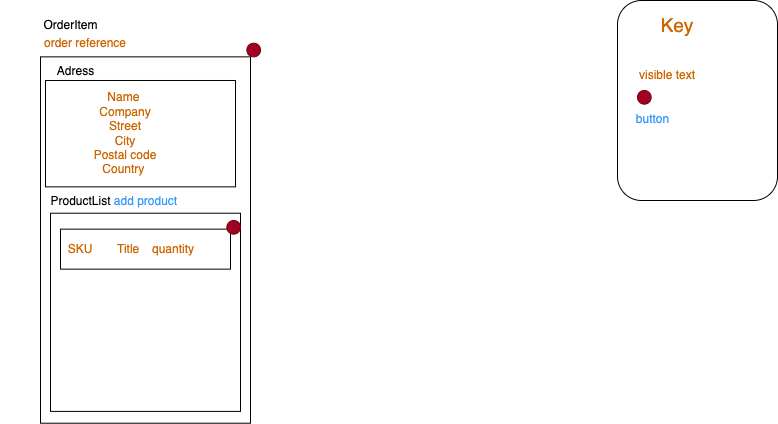
mothugget/OrderItem keeps this draw.io diagram as planning/wireframe.png. Above is the earlier version. Source tidied: cells renumbered, new cells last; positions are measured from the earlier drawing's top-left corner, leaving out a move shared by most shapes.
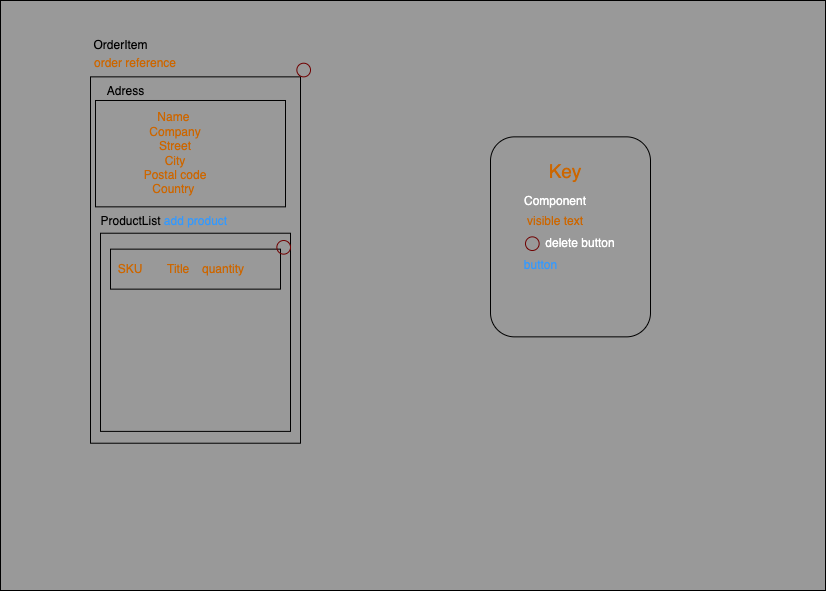
The same diagram one commit later.

Diff of the diagram source:
```diff
@@ -2,25 +2,28 @@
   <root>
     <mxCell id="0" />
     <mxCell id="1" parent="0" />
+    <mxCell id="28" style="rounded=0;whiteSpace=wrap;html=1;fillColor=#999999;" parent="1" vertex="1">
+      <mxGeometry x="112" y="-146.4" width="825" height="590" as="geometry" />
+    </mxCell>
-    <mxCell id="2" style="group;" parent="1" vertex="1">
-      <mxGeometry y="10" width="260" height="412.7" as="geometry" />
+    <mxCell id="2" style="group;fillColor=none;" parent="1" vertex="1">
+      <mxGeometry x="162" y="-116.4" width="260" height="412.7" as="geometry" />
     </mxCell>
     <mxCell id="3" value="OrderItem" style="text;html=1;align=center;verticalAlign=middle;strokeColor=none;fillColor=none;" parent="2" vertex="1">
       <mxGeometry x="30" width="80" height="30" as="geometry" />
     </mxCell>
-    <mxCell id="4" style="rounded=0;whiteSpace=wrap;html=1;" parent="2" vertex="1">
+    <mxCell id="4" style="rounded=0;whiteSpace=wrap;html=1;fillColor=none;" parent="2" vertex="1">
       <mxGeometry x="40" y="46.4" width="210" height="366.4" as="geometry" />
     </mxCell>
-    <mxCell id="5" style="ellipse;whiteSpace=wrap;html=1;labelBackgroundColor=none;fontSize=12;fontColor=#ffffff;fillColor=#a20025;strokeColor=#6F0000;" parent="2" vertex="1">
+    <mxCell id="5" style="ellipse;whiteSpace=wrap;html=1;labelBackgroundColor=none;fontSize=12;fontColor=#ffffff;fillColor=none;strokeColor=#6F0000;" parent="2" vertex="1">
       <mxGeometry x="246.4" y="32.7" width="13.6" height="13.6" as="geometry" />
     </mxCell>
     <mxCell id="6" value="order reference" style="text;html=1;strokeColor=none;fillColor=none;align=center;verticalAlign=middle;whiteSpace=wrap;rounded=0;fontColor=#CC6600;" parent="2" vertex="1">
       <mxGeometry y="18.2" width="170" height="30" as="geometry" />
     </mxCell>
-    <mxCell id="7" style="group;" parent="2" vertex="1">
+    <mxCell id="7" style="group;fillColor=none;" parent="2" vertex="1">
       <mxGeometry x="40" y="176.4" width="200" height="224.5" as="geometry" />
     </mxCell>
-    <mxCell id="8" style="rounded=0;whiteSpace=wrap;html=1;labelBackgroundColor=none;fontSize=12;fontColor=#CC6600;" parent="7" vertex="1">
+    <mxCell id="8" style="rounded=0;whiteSpace=wrap;html=1;labelBackgroundColor=none;fontSize=12;fontColor=#CC6600;fillColor=none;" parent="7" vertex="1">
       <mxGeometry x="10" y="26.4" width="190" height="198.2" as="geometry" />
     </mxCell>
     <mxCell id="9" value="ProductList" style="text;html=1;align=center;verticalAlign=middle;strokeColor=none;fillColor=none;" parent="7" vertex="1">
@@ -29,28 +32,28 @@
     <mxCell id="10" value="&lt;font color=&quot;#3399ff&quot;&gt;add product&lt;/font&gt;" style="text;html=1;align=center;verticalAlign=middle;strokeColor=none;fillColor=none;fontSize=12;fontColor=#FFFFFF;" parent="7" vertex="1">
       <mxGeometry x="60" width="90" height="30" as="geometry" />
     </mxCell>
-    <mxCell id="11" style="group;" parent="7" vertex="1">
+    <mxCell id="11" style="group;fillColor=none;" parent="7" vertex="1">
       <mxGeometry x="10" y="33.6" width="190" height="48.6" as="geometry" />
     </mxCell>
-    <mxCell id="12" style="rounded=0;whiteSpace=wrap;html=1;labelBackgroundColor=none;fontSize=12;fontColor=#CC6600;" parent="11" vertex="1">
+    <mxCell id="12" style="rounded=0;whiteSpace=wrap;html=1;labelBackgroundColor=none;fontSize=12;fontColor=#CC6600;fillColor=none;" parent="11" vertex="1">
       <mxGeometry x="10" y="8.6" width="170" height="40" as="geometry" />
     </mxCell>
     <mxCell id="13" value="SKU" style="text;html=1;strokeColor=none;fillColor=none;align=center;verticalAlign=middle;whiteSpace=wrap;rounded=0;labelBackgroundColor=none;fontSize=12;fontColor=#CC6600;" parent="11" vertex="1">
       <mxGeometry y="13.6" width="60" height="30" as="geometry" />
     </mxCell>
-    <mxCell id="14" value="&lt;meta charset=&quot;utf-8&quot;&gt;Title" style="text;whiteSpace=wrap;html=1;fontSize=12;fontColor=#CC6600;" parent="11" vertex="1">
+    <mxCell id="14" value="&lt;meta charset=&quot;utf-8&quot;&gt;Title" style="text;whiteSpace=wrap;html=1;fontSize=12;fontColor=#CC6600;fillColor=none;" parent="11" vertex="1">
       <mxGeometry x="65" y="15.5" width="30" height="20" as="geometry" />
     </mxCell>
-    <mxCell id="15" value="&lt;meta charset=&quot;utf-8&quot;&gt;quantity" style="text;whiteSpace=wrap;html=1;fontSize=12;fontColor=#CC6600;" parent="11" vertex="1">
+    <mxCell id="15" value="&lt;meta charset=&quot;utf-8&quot;&gt;quantity" style="text;whiteSpace=wrap;html=1;fontSize=12;fontColor=#CC6600;fillColor=none;" parent="11" vertex="1">
       <mxGeometry x="100" y="15.5" width="60" height="30" as="geometry" />
     </mxCell>
-    <mxCell id="16" style="ellipse;whiteSpace=wrap;html=1;labelBackgroundColor=none;fontSize=12;fontColor=#ffffff;fillColor=#a20025;strokeColor=#6F0000;" parent="11" vertex="1">
+    <mxCell id="16" style="ellipse;whiteSpace=wrap;html=1;labelBackgroundColor=none;fontSize=12;fontColor=#ffffff;fillColor=none;strokeColor=#6F0000;" parent="11" vertex="1">
       <mxGeometry x="176.4" width="13.6" height="13.6" as="geometry" />
     </mxCell>
-    <mxCell id="17" style="group;" parent="2" vertex="1">
+    <mxCell id="17" style="group;fillColor=none;" parent="2" vertex="1">
       <mxGeometry x="25" y="46.4" width="210" height="130" as="geometry" />
     </mxCell>
-    <mxCell id="18" style="rounded=0;whiteSpace=wrap;html=1;" parent="17" vertex="1">
+    <mxCell id="18" style="rounded=0;whiteSpace=wrap;html=1;fillColor=none;" parent="17" vertex="1">
       <mxGeometry x="20" y="23.6" width="190" height="106.4" as="geometry" />
     </mxCell>
     <mxCell id="19" value="Adress" style="text;html=1;align=center;verticalAlign=middle;strokeColor=none;fillColor=none;" parent="17" vertex="1">
@@ -59,8 +62,8 @@
     <mxCell id="20" value="&lt;font style=&quot;font-size: 12px;&quot;&gt;&lt;span style=&quot;font-family: sans-serif; text-align: start;&quot;&gt;Name&amp;nbsp;&lt;/span&gt;&lt;br style=&quot;font-family: sans-serif; text-align: start;&quot;&gt;&lt;span style=&quot;font-family: sans-serif; text-align: start;&quot;&gt;Company&lt;/span&gt;&lt;br style=&quot;font-family: sans-serif; text-align: start;&quot;&gt;&lt;span style=&quot;font-family: sans-serif; text-align: start;&quot;&gt;Street&lt;br&gt;&lt;/span&gt;&lt;span style=&quot;font-family: sans-serif; text-align: start;&quot;&gt;City&lt;/span&gt;&lt;br style=&quot;font-family: sans-serif; text-align: start;&quot;&gt;&lt;span style=&quot;font-family: sans-serif; text-align: start;&quot;&gt;Postal code&lt;/span&gt;&lt;span style=&quot;font-family: sans-serif; text-align: start;&quot;&gt;&lt;/span&gt;&lt;br style=&quot;font-family: sans-serif; text-align: start;&quot;&gt;&lt;span style=&quot;font-family: sans-serif; text-align: start;&quot;&gt;Country&lt;/span&gt;&lt;span style=&quot;color: rgb(32, 33, 34); font-family: sans-serif; text-align: start;&quot;&gt;&amp;nbsp;&lt;/span&gt;&lt;/font&gt;" style="text;html=1;strokeColor=none;fillColor=none;align=center;verticalAlign=middle;whiteSpace=wrap;rounded=0;fontColor=#CC6600;" parent="17" vertex="1">
       <mxGeometry y="59.1" width="200" height="35.5" as="geometry" />
     </mxCell>
-    <mxCell id="21" style="rounded=1;whiteSpace=wrap;html=1;labelBackgroundColor=none;fontSize=12;fontColor=#CC6600;" parent="1" vertex="1">
-      <mxGeometry x="617" width="160" height="200" as="geometry" />
+    <mxCell id="21" style="rounded=1;whiteSpace=wrap;html=1;labelBackgroundColor=none;fontSize=12;fontColor=#CC6600;fillColor=none;" parent="1" vertex="1">
+      <mxGeometry x="602" y="-10" width="160" height="200" as="geometry" />
     </mxCell>
     <mxCell id="22" value="&lt;span style=&quot;color: rgb(204, 102, 0); font-size: 19px;&quot;&gt;Key&lt;/span&gt;" style="text;html=1;strokeColor=none;fillColor=none;align=center;verticalAlign=middle;whiteSpace=wrap;rounded=0;labelBackgroundColor=none;fontSize=12;fontColor=#FFFFFF;" parent="1" vertex="1">
       <mxGeometry x="647" y="10" width="60" height="30" as="geometry" />
@@ -71,7 +74,7 @@
     <mxCell id="24" value="visible text" style="text;html=1;strokeColor=none;fillColor=none;align=center;verticalAlign=middle;whiteSpace=wrap;rounded=0;labelBackgroundColor=none;fontSize=12;fontColor=#CC6600;" parent="1" vertex="1">
       <mxGeometry x="637" y="60" width="60" height="30" as="geometry" />
     </mxCell>
-    <mxCell id="25" style="ellipse;whiteSpace=wrap;html=1;labelBackgroundColor=none;fontSize=12;fontColor=#ffffff;fillColor=#a20025;strokeColor=#6F0000;" parent="1" vertex="1">
+    <mxCell id="25" style="ellipse;whiteSpace=wrap;html=1;labelBackgroundColor=none;fontSize=12;fontColor=#ffffff;fillColor=none;strokeColor=#6F0000;" parent="1" vertex="1">
       <mxGeometry x="637" y="90" width="13.6" height="13.6" as="geometry" />
     </mxCell>
     <mxCell id="26" value="&lt;font color=&quot;#ffffff&quot;&gt;delete button&lt;/font&gt;" style="text;html=1;strokeColor=none;fillColor=none;align=center;verticalAlign=middle;whiteSpace=wrap;rounded=0;labelBackgroundColor=none;fontSize=12;fontColor=#CC6600;" parent="1" vertex="1">
```
